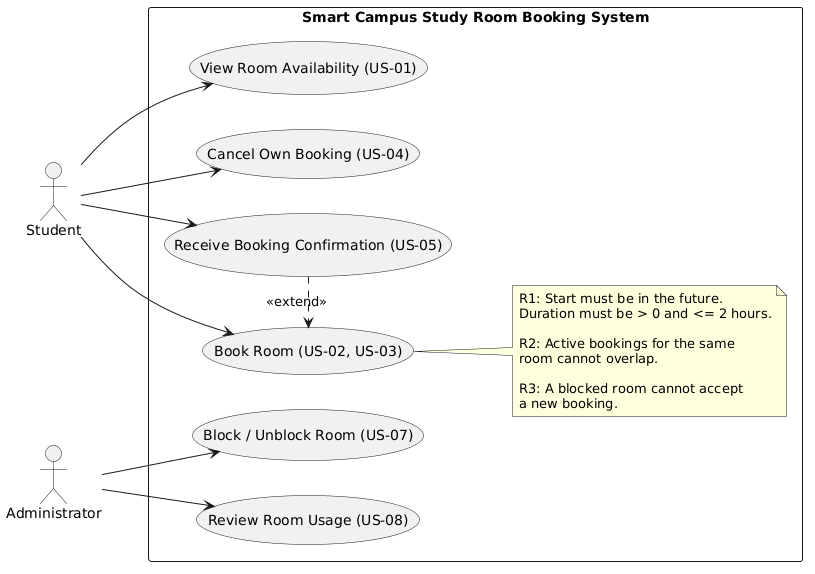
The PlantUML diagram week-04/models/img/use-case.png in impflaus/se-practice, before a commit. Its source is kept beside it as week-04/models/use-case.puml. Source of this version:
```plantuml
@startuml
left to right direction
skinparam packageStyle rectangle

actor "Student" as student
actor "Administrator" as admin

rectangle "Smart Campus Study Room Booking System" {

    usecase "View Room Availability (US-01)" as UC1
    usecase "Book Room (US-02, US-03)" as UC2
    usecase "Cancel Own Booking (US-04)" as UC3
    usecase "Receive Booking Confirmation (US-05)" as UC4
    usecase "Block / Unblock Room (US-07)" as UC5
    usecase "Review Room Usage (US-08)" as UC6

    student --> UC1
    student --> UC2
    student --> UC3
    student --> UC4

    admin --> UC5
    admin --> UC6

    UC4 .> UC2 : <<extend>>

    note right of UC2
      R1: Start must be in the future.
      Duration must be > 0 and <= 2 hours.

      R2: Active bookings for the same
      room cannot overlap.

      R3: A blocked room cannot accept
      a new booking.
    end note
}



@enduml
```
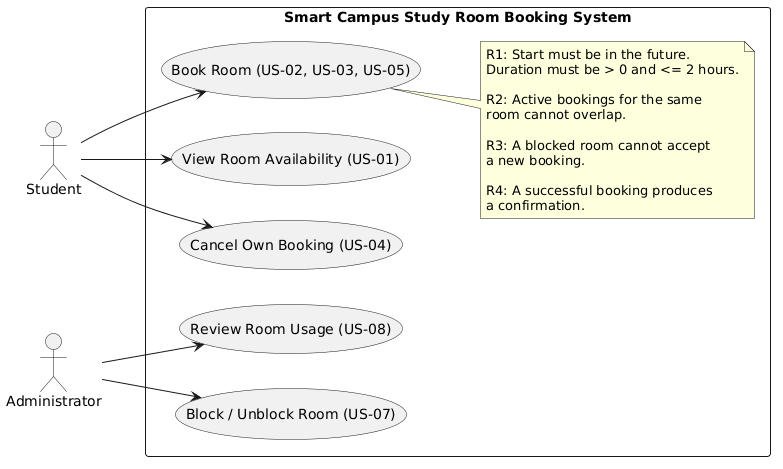
The same file after the commit.

What changed in the source:
```diff
@@ -8,21 +8,17 @@
 rectangle "Smart Campus Study Room Booking System" {
 
     usecase "View Room Availability (US-01)" as UC1
-    usecase "Book Room (US-02, US-03)" as UC2
+    usecase "Book Room (US-02, US-03, US-05)" as UC2
     usecase "Cancel Own Booking (US-04)" as UC3
-    usecase "Receive Booking Confirmation (US-05)" as UC4
     usecase "Block / Unblock Room (US-07)" as UC5
     usecase "Review Room Usage (US-08)" as UC6
 
     student --> UC1
     student --> UC2
     student --> UC3
-    student --> UC4
 
     admin --> UC5
     admin --> UC6
-
-    UC4 .> UC2 : <<extend>>
 
     note right of UC2
       R1: Start must be in the future.
@@ -33,6 +29,9 @@
 
       R3: A blocked room cannot accept
       a new booking.
+
+      R4: A successful booking produces
+      a confirmation.
     end note
 }
 
```
